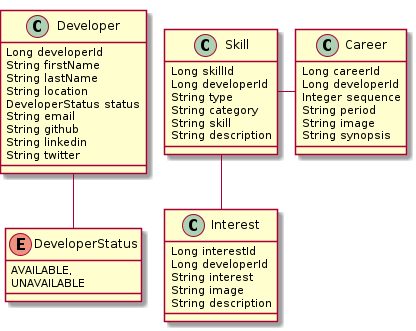
RatJuggler/jhipster-jdl keeps this PlantUML diagram as jhipster-developer-portfolio.png. Above is the earlier version. Source of this version:
```plantuml
@startuml
	!pragma graphviz_dot jdot
	!pragma syntax class
	class Developer  {
		Long developerId
		String firstName
		String lastName
		String location
		DeveloperStatus status
		String email
		String github
		String linkedin
		String twitter
	}
	Developer ..> DeveloperStatus
	enum DeveloperStatus {
		AVAILABLE,
		UNAVAILABLE
	}
	class Skill  {
		Long skillId
		Long developerId
		String type
		String category
		String skill
		String description
	}
	class Career  {
		Long careerId
		Long developerId
		Integer sequence
		String period
		String image
		String synopsis
	}
	class Interest  {
		Long interestId
		Long developerId
		String interest
		String image
		String description
	}
@enduml
```
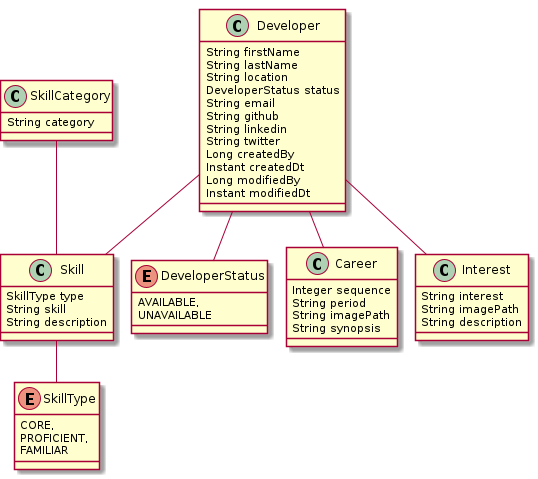
After the change.

Commit message:
Showing relationships.

Change to the diagram source:
```diff
@@ -2,7 +2,6 @@
 	!pragma graphviz_dot jdot
 	!pragma syntax class
 	class Developer  {
-		Long developerId
 		String firstName
 		String lastName
 		String location
@@ -11,6 +10,10 @@
 		String github
 		String linkedin
 		String twitter
+		Long createdBy
+		Instant createdDt
+		Long modifiedBy
+		Instant modifiedDt
 	}
 	Developer ..> DeveloperStatus
 	enum DeveloperStatus {
@@ -18,26 +21,32 @@
 		UNAVAILABLE
 	}
 	class Skill  {
-		Long skillId
-		Long developerId
-		String type
-		String category
+		SkillType type
 		String skill
 		String description
 	}
+	Skill ..> SkillType
+	enum SkillType {
+		CORE,
+		PROFICIENT,
+		FAMILIAR
+	}
+	class SkillCategory  {
+		String category
+	}
 	class Career  {
-		Long careerId
-		Long developerId
 		Integer sequence
 		String period
-		String image
+		String imagePath
 		String synopsis
 	}
 	class Interest  {
-		Long interestId
-		Long developerId
 		String interest
-		String image
+		String imagePath
 		String description
 	}
+	Developer  "0..1 " --o "0..* "  Skill
+	Developer  "0..1 " --o "0..* "  Career
+	Developer  "0..1 " --o "0..* "  Interest
+	SkillCategory  "0..1 " --o "0..* "  Skill
 @enduml
```
